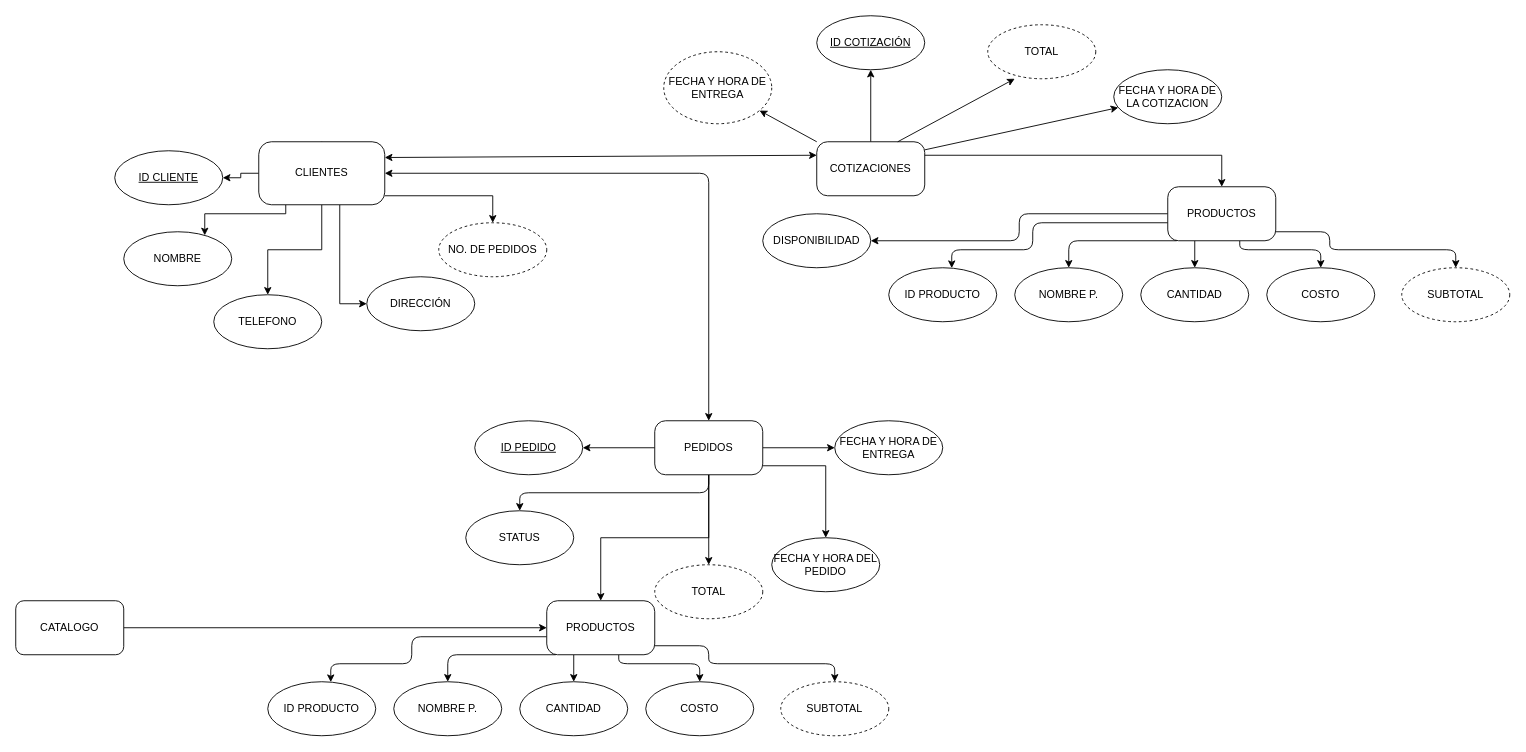
Above: Untitled Diagram.drawio in Anvilla12/Koapa-DB (draw.io), before the change. Source tidied: cells renumbered, new cells numbered last; positions are measured from the earlier drawing's top-left corner, leaving out a move shared by most shapes. Both pictures are drawn from the tidied source at 90%, with x=0, y=0 at pixel (15, 15).
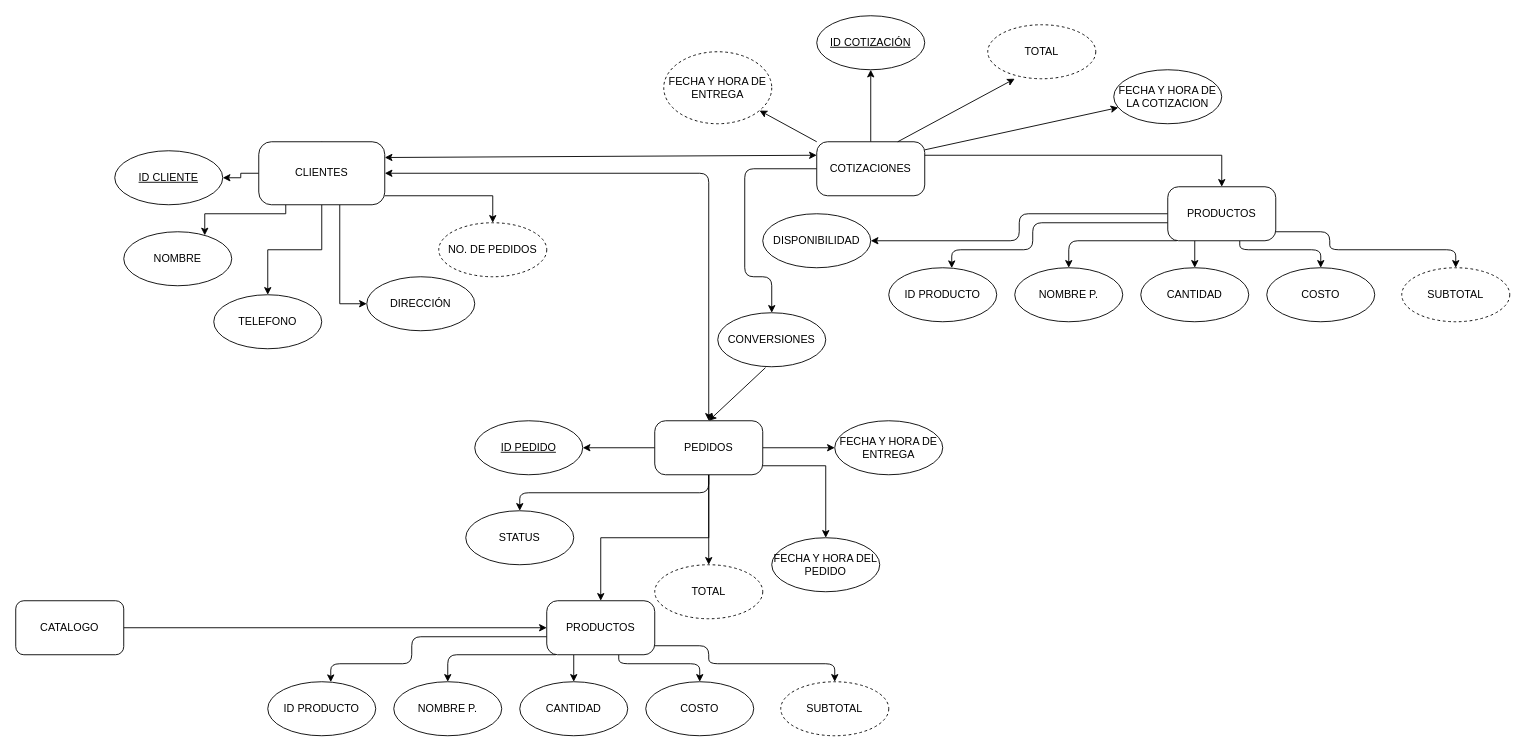
Above is the later version.

Commit message:
diagrama básico

Unchanged cells that the change refers to:
```xml
<mxCell id="15" value="PEDIDOS" style="whiteSpace=wrap;html=1;rounded=1;arcSize=20;" parent="1" vertex="1">
  <mxGeometry x="710" y="450" width="120" height="60" as="geometry" />
</mxCell>
<mxCell id="33" value="COTIZACIONES" style="whiteSpace=wrap;html=1;rounded=1;arcSize=20;" parent="1" vertex="1">
  <mxGeometry x="890" y="140" width="120" height="60" as="geometry" />
</mxCell>
```

Diff of the diagram source:
```diff
@@
+    <mxCell id="64" style="edgeStyle=orthogonalEdgeStyle;rounded=1;jumpStyle=gap;jettySize=auto;html=1;entryX=0.5;entryY=0;entryDx=0;entryDy=0;" parent="1" edge="1" source="33" target="65">
+      <mxGeometry relative="1" as="geometry">
+        <Array as="points">
+          <mxPoint x="810" y="170" />
+          <mxPoint x="810" y="290" />
+          <mxPoint x="840" y="290" />
+        </Array>
+      </mxGeometry>
+    </mxCell>
@@
+    <mxCell id="65" value="CONVERSIONES" style="ellipse;whiteSpace=wrap;html=1;rounded=1;arcSize=20;" parent="1" vertex="1">
+      <mxGeometry x="780" y="330" width="120" height="60" as="geometry" />
+    </mxCell>
+    <mxCell id="66" style="endArrow=classic;html=1;rounded=1;jumpStyle=gap;exitX=0.442;exitY=1.017;exitDx=0;exitDy=0;exitPerimeter=0;entryX=0.5;entryY=0;entryDx=0;entryDy=0;" parent="1" edge="1" source="65" target="15">
+      <mxGeometry relative="1" as="geometry" />
+    </mxCell>
```
